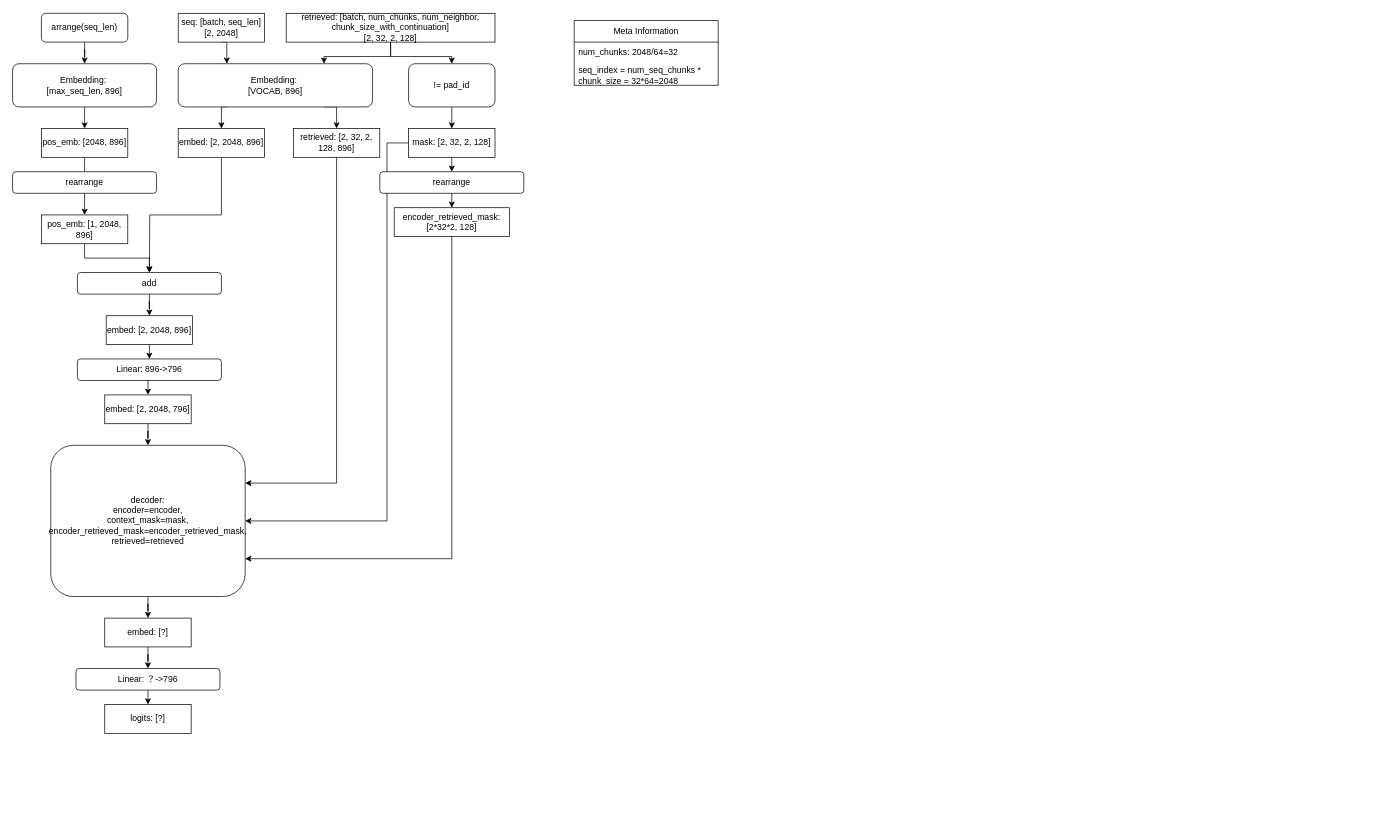
Earlier version of the draw.io diagram study/未命名绘图.drawio (KnowingNothing/ZSZ_Samples). Source tidied: cells renumbered, new cells numbered last; positions are measured from the earlier drawing's top-left corner, leaving out a move shared by most shapes. Both pictures are drawn from the tidied source at 72%, with x=0, y=0 at pixel (12, 13).
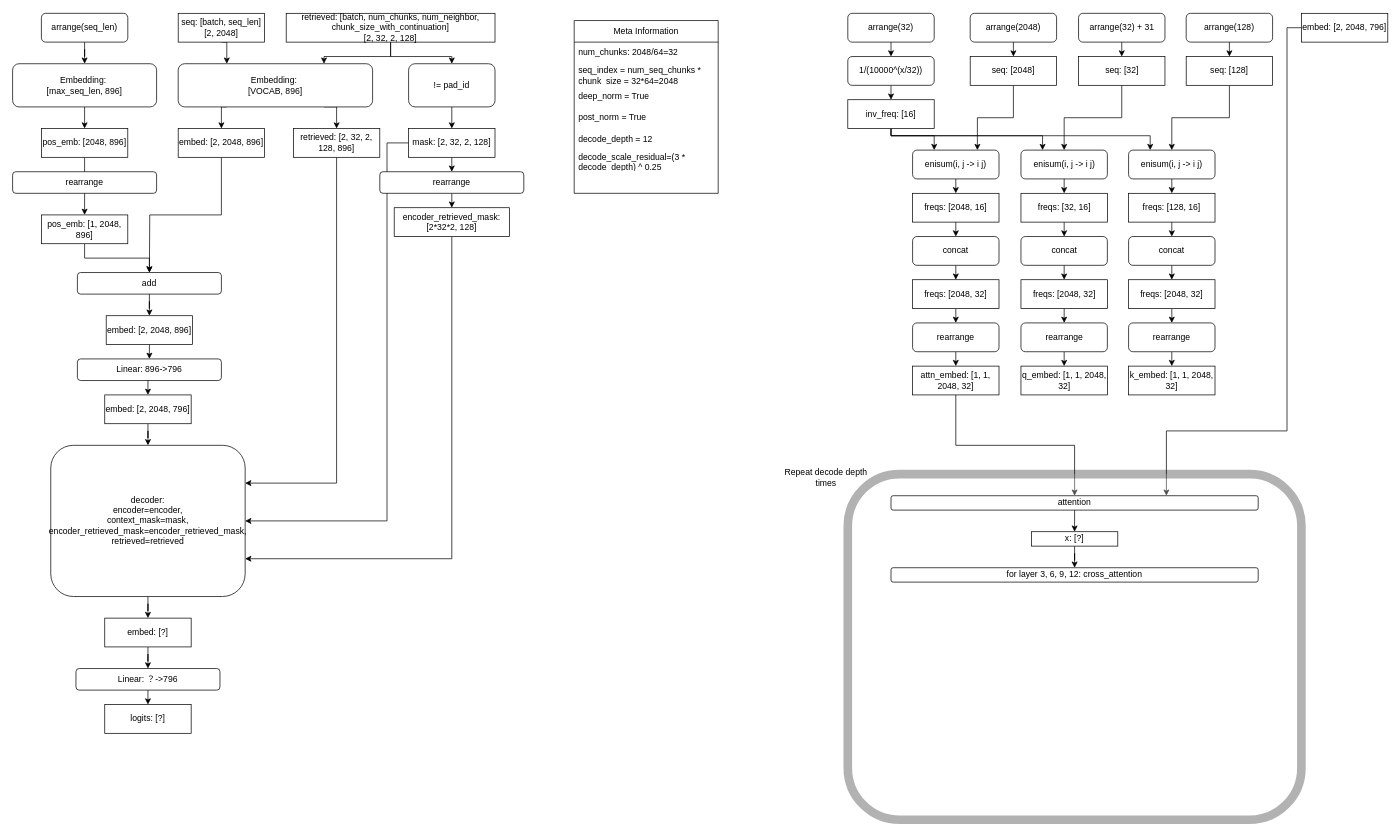
Above is the later version.

Commit message (it also covers changes not shown here):
更新未命名绘图.drawio

Change to the diagram source:
```diff
@@
     <mxCell id="17" value="Meta Information" style="swimlane;fontStyle=0;horizontal=1;startSize=30;whiteSpace=wrap;html=1;" parent="1" vertex="1">
-      <mxGeometry x="780" y="10" width="200" height="90" as="geometry" />
+      <mxGeometry x="780" y="10" width="200" height="240" as="geometry" />
     </mxCell>
@@
+    <mxCell id="50" value="deep_norm = True" style="text;strokeColor=none;fillColor=none;align=left;verticalAlign=middle;spacingLeft=4;spacingRight=4;overflow=hidden;whiteSpace=wrap;html=1;" parent="17" vertex="1">
+      <mxGeometry y="90" width="200" height="30" as="geometry" />
+    </mxCell>
+    <mxCell id="51" value="post_norm = True" style="text;strokeColor=none;fillColor=none;align=left;verticalAlign=middle;spacingLeft=4;spacingRight=4;overflow=hidden;whiteSpace=wrap;html=1;" parent="17" vertex="1">
+      <mxGeometry y="120" width="200" height="30" as="geometry" />
+    </mxCell>
+    <mxCell id="52" value="decode_depth = 12" style="text;strokeColor=none;fillColor=none;align=left;verticalAlign=middle;spacingLeft=4;spacingRight=4;overflow=hidden;whiteSpace=wrap;html=1;" parent="17" vertex="1">
+      <mxGeometry y="150" width="200" height="30" as="geometry" />
+    </mxCell>
+    <mxCell id="53" value="decode_scale_residual=(3 * decode_depth) ^ 0.25" style="text;strokeColor=none;fillColor=none;align=left;verticalAlign=middle;spacingLeft=4;spacingRight=4;overflow=hidden;whiteSpace=wrap;html=1;" parent="17" vertex="1">
+      <mxGeometry y="180" width="200" height="30" as="geometry" />
+    </mxCell>
+    <mxCell id="54" style="text;strokeColor=none;fillColor=none;align=left;verticalAlign=middle;spacingLeft=4;spacingRight=4;overflow=hidden;whiteSpace=wrap;html=1;" parent="17" vertex="1">
+      <mxGeometry y="210" width="200" height="30" as="geometry" />
+    </mxCell>
@@
+    <mxCell id="55" style="edgeStyle=orthogonalEdgeStyle;rounded=0;jettySize=auto;html=1;entryX=0.75;entryY=0;entryDx=0;entryDy=0;" parent="1" edge="1" source="56" target="113">
+      <mxGeometry relative="1" as="geometry">
+        <Array as="points">
+          <mxPoint x="1770" y="20" />
+          <mxPoint x="1770" y="580" />
+          <mxPoint x="1603" y="580" />
+        </Array>
+      </mxGeometry>
+    </mxCell>
+    <mxCell id="56" value="embed: [2, 2048, 796]" style="rounded=0;whiteSpace=wrap;html=1;" parent="1" vertex="1">
+      <mxGeometry x="1790" width="120" height="40" as="geometry" />
+    </mxCell>
+    <mxCell id="57" style="edgeStyle=orthogonalEdgeStyle;rounded=0;jettySize=auto;html=1;exitX=0.5;exitY=1;exitDx=0;exitDy=0;entryX=0.5;entryY=0;entryDx=0;entryDy=0;" parent="1" edge="1" source="58" target="60">
+      <mxGeometry relative="1" as="geometry" />
+    </mxCell>
+    <mxCell id="58" value="arrange(32)" style="rounded=1;whiteSpace=wrap;html=1;" parent="1" vertex="1">
+      <mxGeometry x="1160" width="120" height="40" as="geometry" />
+    </mxCell>
+    <mxCell id="59" style="edgeStyle=orthogonalEdgeStyle;rounded=0;jettySize=auto;html=1;exitX=0.5;exitY=1;exitDx=0;exitDy=0;entryX=0.5;entryY=0;entryDx=0;entryDy=0;" parent="1" edge="1" source="60" target="64">
+      <mxGeometry relative="1" as="geometry" />
+    </mxCell>
+    <mxCell id="60" value="1/(10000^(x/32))" style="rounded=1;whiteSpace=wrap;html=1;" parent="1" vertex="1">
+      <mxGeometry x="1160" y="60" width="120" height="40" as="geometry" />
+    </mxCell>
+    <mxCell id="61" style="edgeStyle=orthogonalEdgeStyle;rounded=0;jettySize=auto;html=1;exitX=0.5;exitY=1;exitDx=0;exitDy=0;entryX=0.25;entryY=0;entryDx=0;entryDy=0;" parent="1" edge="1" source="64" target="70">
+      <mxGeometry relative="1" as="geometry">
+        <Array as="points">
+          <mxPoint x="1220" y="170" />
+          <mxPoint x="1280" y="170" />
+        </Array>
+      </mxGeometry>
+    </mxCell>
+    <mxCell id="62" style="edgeStyle=orthogonalEdgeStyle;rounded=0;jettySize=auto;html=1;exitX=0.5;exitY=1;exitDx=0;exitDy=0;entryX=0.25;entryY=0;entryDx=0;entryDy=0;" parent="1" edge="1" source="64" target="86">
+      <mxGeometry relative="1" as="geometry">
+        <Array as="points">
+          <mxPoint x="1220" y="170" />
+          <mxPoint x="1431" y="170" />
+        </Array>
+      </mxGeometry>
+    </mxCell>
+    <mxCell id="63" style="edgeStyle=orthogonalEdgeStyle;rounded=0;jettySize=auto;html=1;exitX=0.5;exitY=1;exitDx=0;exitDy=0;entryX=0.25;entryY=0;entryDx=0;entryDy=0;" parent="1" edge="1" source="64" target="101">
+      <mxGeometry relative="1" as="geometry">
+        <Array as="points">
+          <mxPoint x="1220" y="170" />
+          <mxPoint x="1580" y="170" />
+        </Array>
+      </mxGeometry>
+    </mxCell>
+    <mxCell id="64" value="inv_freq: [16]" style="rounded=0;whiteSpace=wrap;html=1;" parent="1" vertex="1">
+      <mxGeometry x="1160" y="120" width="120" height="40" as="geometry" />
+    </mxCell>
+    <mxCell id="65" style="edgeStyle=orthogonalEdgeStyle;rounded=0;jettySize=auto;html=1;exitX=0.5;exitY=1;exitDx=0;exitDy=0;entryX=0.5;entryY=0;entryDx=0;entryDy=0;" parent="1" edge="1" source="66" target="68">
+      <mxGeometry relative="1" as="geometry" />
+    </mxCell>
+    <mxCell id="66" value="arrange(2048)" style="rounded=1;whiteSpace=wrap;html=1;" parent="1" vertex="1">
+      <mxGeometry x="1330" width="120" height="40" as="geometry" />
+    </mxCell>
+    <mxCell id="67" style="edgeStyle=orthogonalEdgeStyle;rounded=0;jettySize=auto;html=1;exitX=0.5;exitY=1;exitDx=0;exitDy=0;entryX=0.75;entryY=0;entryDx=0;entryDy=0;" parent="1" edge="1" source="68" target="70">
+      <mxGeometry relative="1" as="geometry" />
+    </mxCell>
+    <mxCell id="68" value="seq: [2048]" style="rounded=0;whiteSpace=wrap;html=1;" parent="1" vertex="1">
+      <mxGeometry x="1330" y="60" width="120" height="40" as="geometry" />
+    </mxCell>
+    <mxCell id="69" style="edgeStyle=orthogonalEdgeStyle;rounded=0;jettySize=auto;html=1;exitX=0.5;exitY=1;exitDx=0;exitDy=0;entryX=0.5;entryY=0;entryDx=0;entryDy=0;" parent="1" edge="1" source="70" target="72">
+      <mxGeometry relative="1" as="geometry" />
+    </mxCell>
+    <mxCell id="70" value="enisum(i, j -&amp;gt; i j)" style="rounded=1;whiteSpace=wrap;html=1;" parent="1" vertex="1">
+      <mxGeometry x="1250" y="190" width="120" height="40" as="geometry" />
+    </mxCell>
+    <mxCell id="71" style="edgeStyle=orthogonalEdgeStyle;rounded=0;jettySize=auto;html=1;exitX=0.5;exitY=1;exitDx=0;exitDy=0;entryX=0.5;entryY=0;entryDx=0;entryDy=0;" parent="1" edge="1" source="72" target="74">
+      <mxGeometry relative="1" as="geometry" />
+    </mxCell>
+    <mxCell id="72" value="freqs: [2048, 16]" style="rounded=0;whiteSpace=wrap;html=1;" parent="1" vertex="1">
+      <mxGeometry x="1250" y="250" width="120" height="40" as="geometry" />
+    </mxCell>
+    <mxCell id="73" style="edgeStyle=orthogonalEdgeStyle;rounded=0;jettySize=auto;html=1;exitX=0.5;exitY=1;exitDx=0;exitDy=0;entryX=0.5;entryY=0;entryDx=0;entryDy=0;" parent="1" edge="1" source="74" target="76">
+      <mxGeometry relative="1" as="geometry" />
+    </mxCell>
+    <mxCell id="74" value="concat" style="rounded=1;whiteSpace=wrap;html=1;" parent="1" vertex="1">
+      <mxGeometry x="1250" y="310" width="120" height="40" as="geometry" />
+    </mxCell>
+    <mxCell id="75" style="edgeStyle=orthogonalEdgeStyle;rounded=0;jettySize=auto;html=1;exitX=0.5;exitY=1;exitDx=0;exitDy=0;entryX=0.5;entryY=0;entryDx=0;entryDy=0;" parent="1" edge="1" source="76" target="78">
+      <mxGeometry relative="1" as="geometry" />
+    </mxCell>
+    <mxCell id="76" value="freqs: [2048, 32]" style="rounded=0;whiteSpace=wrap;html=1;" parent="1" vertex="1">
+      <mxGeometry x="1250" y="370" width="120" height="40" as="geometry" />
+    </mxCell>
+    <mxCell id="77" style="edgeStyle=orthogonalEdgeStyle;rounded=0;jettySize=auto;html=1;exitX=0.5;exitY=1;exitDx=0;exitDy=0;entryX=0.5;entryY=0;entryDx=0;entryDy=0;" parent="1" edge="1" source="78" target="80">
+      <mxGeometry relative="1" as="geometry" />
+    </mxCell>
+    <mxCell id="78" value="rearrange" style="rounded=1;whiteSpace=wrap;html=1;" parent="1" vertex="1">
+      <mxGeometry x="1250" y="430" width="120" height="40" as="geometry" />
+    </mxCell>
+    <mxCell id="79" style="edgeStyle=orthogonalEdgeStyle;rounded=0;jettySize=auto;html=1;exitX=0.5;exitY=1;exitDx=0;exitDy=0;" parent="1" edge="1" source="80" target="113">
+      <mxGeometry relative="1" as="geometry" />
+    </mxCell>
+    <mxCell id="80" value="attn_embed: [1, 1, 2048, 32]" style="rounded=0;whiteSpace=wrap;html=1;" parent="1" vertex="1">
+      <mxGeometry x="1250" y="490" width="120" height="40" as="geometry" />
+    </mxCell>
+    <mxCell id="81" style="edgeStyle=orthogonalEdgeStyle;rounded=0;jettySize=auto;html=1;exitX=0.5;exitY=1;exitDx=0;exitDy=0;entryX=0.5;entryY=0;entryDx=0;entryDy=0;" parent="1" edge="1" source="82" target="84">
+      <mxGeometry relative="1" as="geometry" />
+    </mxCell>
+    <mxCell id="82" value="arrange(32) + 31" style="rounded=1;whiteSpace=wrap;html=1;" parent="1" vertex="1">
+      <mxGeometry x="1480.5" width="120" height="40" as="geometry" />
+    </mxCell>
+    <mxCell id="83" style="edgeStyle=orthogonalEdgeStyle;rounded=0;jettySize=auto;html=1;exitX=0.5;exitY=1;exitDx=0;exitDy=0;entryX=0.5;entryY=0;entryDx=0;entryDy=0;" parent="1" edge="1" source="84" target="86">
+      <mxGeometry relative="1" as="geometry" />
+    </mxCell>
+    <mxCell id="84" value="seq: [32]" style="rounded=0;whiteSpace=wrap;html=1;" parent="1" vertex="1">
+      <mxGeometry x="1480.5" y="60" width="120" height="40" as="geometry" />
+    </mxCell>
+    <mxCell id="85" style="edgeStyle=orthogonalEdgeStyle;rounded=0;jettySize=auto;html=1;exitX=0.5;exitY=1;exitDx=0;exitDy=0;entryX=0.5;entryY=0;entryDx=0;entryDy=0;" parent="1" edge="1" source="86" target="88">
+      <mxGeometry relative="1" as="geometry" />
+    </mxCell>
+    <mxCell id="86" value="enisum(i, j -&amp;gt; i j)" style="rounded=1;whiteSpace=wrap;html=1;" parent="1" vertex="1">
+      <mxGeometry x="1400.5" y="190" width="120" height="40" as="geometry" />
+    </mxCell>
+    <mxCell id="87" style="edgeStyle=orthogonalEdgeStyle;rounded=0;jettySize=auto;html=1;exitX=0.5;exitY=1;exitDx=0;exitDy=0;entryX=0.5;entryY=0;entryDx=0;entryDy=0;" parent="1" edge="1" source="88" target="90">
+      <mxGeometry relative="1" as="geometry" />
+    </mxCell>
+    <mxCell id="88" value="freqs: [32, 16]" style="rounded=0;whiteSpace=wrap;html=1;" parent="1" vertex="1">
+      <mxGeometry x="1400.5" y="250" width="120" height="40" as="geometry" />
+    </mxCell>
+    <mxCell id="89" style="edgeStyle=orthogonalEdgeStyle;rounded=0;jettySize=auto;html=1;exitX=0.5;exitY=1;exitDx=0;exitDy=0;entryX=0.5;entryY=0;entryDx=0;entryDy=0;" parent="1" edge="1" source="90" target="92">
+      <mxGeometry relative="1" as="geometry" />
+    </mxCell>
+    <mxCell id="90" value="concat" style="rounded=1;whiteSpace=wrap;html=1;" parent="1" vertex="1">
+      <mxGeometry x="1400.5" y="310" width="120" height="40" as="geometry" />
+    </mxCell>
+    <mxCell id="91" style="edgeStyle=orthogonalEdgeStyle;rounded=0;jettySize=auto;html=1;exitX=0.5;exitY=1;exitDx=0;exitDy=0;entryX=0.5;entryY=0;entryDx=0;entryDy=0;" parent="1" edge="1" source="92" target="94">
+      <mxGeometry relative="1" as="geometry" />
+    </mxCell>
+    <mxCell id="92" value="freqs: [2048, 32]" style="rounded=0;whiteSpace=wrap;html=1;" parent="1" vertex="1">
+      <mxGeometry x="1400.5" y="370" width="120" height="40" as="geometry" />
+    </mxCell>
+    <mxCell id="93" style="edgeStyle=orthogonalEdgeStyle;rounded=0;jettySize=auto;html=1;exitX=0.5;exitY=1;exitDx=0;exitDy=0;entryX=0.5;entryY=0;entryDx=0;entryDy=0;" parent="1" edge="1" source="94" target="95">
+      <mxGeometry relative="1" as="geometry" />
+    </mxCell>
+    <mxCell id="94" value="rearrange" style="rounded=1;whiteSpace=wrap;html=1;" parent="1" vertex="1">
+      <mxGeometry x="1400.5" y="430" width="120" height="40" as="geometry" />
+    </mxCell>
+    <mxCell id="95" value="q_embed: [1, 1, 2048, 32]" style="rounded=0;whiteSpace=wrap;html=1;" parent="1" vertex="1">
+      <mxGeometry x="1400.5" y="490" width="120" height="40" as="geometry" />
+    </mxCell>
+    <mxCell id="96" style="edgeStyle=orthogonalEdgeStyle;rounded=0;jettySize=auto;html=1;exitX=0.5;exitY=1;exitDx=0;exitDy=0;entryX=0.5;entryY=0;entryDx=0;entryDy=0;" parent="1" edge="1" source="97" target="99">
+      <mxGeometry relative="1" as="geometry" />
+    </mxCell>
+    <mxCell id="97" value="arrange(128)" style="rounded=1;whiteSpace=wrap;html=1;" parent="1" vertex="1">
+      <mxGeometry x="1630" width="120" height="40" as="geometry" />
+    </mxCell>
+    <mxCell id="98" style="edgeStyle=orthogonalEdgeStyle;rounded=0;jettySize=auto;html=1;exitX=0.5;exitY=1;exitDx=0;exitDy=0;" parent="1" edge="1" source="99" target="101">
+      <mxGeometry relative="1" as="geometry" />
+    </mxCell>
+    <mxCell id="99" value="seq: [128]" style="rounded=0;whiteSpace=wrap;html=1;" parent="1" vertex="1">
+      <mxGeometry x="1630" y="60" width="120" height="40" as="geometry" />
+    </mxCell>
+    <mxCell id="100" style="edgeStyle=orthogonalEdgeStyle;rounded=0;jettySize=auto;html=1;exitX=0.5;exitY=1;exitDx=0;exitDy=0;entryX=0.5;entryY=0;entryDx=0;entryDy=0;" parent="1" edge="1" source="101" target="103">
+      <mxGeometry relative="1" as="geometry" />
+    </mxCell>
+    <mxCell id="101" value="enisum(i, j -&amp;gt; i j)" style="rounded=1;whiteSpace=wrap;html=1;" parent="1" vertex="1">
+      <mxGeometry x="1550" y="190" width="120" height="40" as="geometry" />
+    </mxCell>
+    <mxCell id="102" style="edgeStyle=orthogonalEdgeStyle;rounded=0;jettySize=auto;html=1;exitX=0.5;exitY=1;exitDx=0;exitDy=0;entryX=0.5;entryY=0;entryDx=0;entryDy=0;" parent="1" edge="1" source="103" target="105">
+      <mxGeometry relative="1" as="geometry" />
+    </mxCell>
+    <mxCell id="103" value="freqs: [128, 16]" style="rounded=0;whiteSpace=wrap;html=1;" parent="1" vertex="1">
+      <mxGeometry x="1550" y="250" width="120" height="40" as="geometry" />
+    </mxCell>
+    <mxCell id="104" style="edgeStyle=orthogonalEdgeStyle;rounded=0;jettySize=auto;html=1;exitX=0.5;exitY=1;exitDx=0;exitDy=0;entryX=0.5;entryY=0;entryDx=0;entryDy=0;" parent="1" edge="1" source="105" target="107">
+      <mxGeometry relative="1" as="geometry" />
+    </mxCell>
+    <mxCell id="105" value="concat" style="rounded=1;whiteSpace=wrap;html=1;" parent="1" vertex="1">
+      <mxGeometry x="1550" y="310" width="120" height="40" as="geometry" />
+    </mxCell>
+    <mxCell id="106" style="edgeStyle=orthogonalEdgeStyle;rounded=0;jettySize=auto;html=1;exitX=0.5;exitY=1;exitDx=0;exitDy=0;entryX=0.5;entryY=0;entryDx=0;entryDy=0;" parent="1" edge="1" source="107" target="109">
+      <mxGeometry relative="1" as="geometry" />
+    </mxCell>
+    <mxCell id="107" value="freqs: [2048, 32]" style="rounded=0;whiteSpace=wrap;html=1;" parent="1" vertex="1">
+      <mxGeometry x="1550" y="370" width="120" height="40" as="geometry" />
+    </mxCell>
+    <mxCell id="108" style="edgeStyle=orthogonalEdgeStyle;rounded=0;jettySize=auto;html=1;exitX=0.5;exitY=1;exitDx=0;exitDy=0;entryX=0.5;entryY=0;entryDx=0;entryDy=0;" parent="1" edge="1" source="109" target="110">
+      <mxGeometry relative="1" as="geometry" />
+    </mxCell>
+    <mxCell id="109" value="rearrange" style="rounded=1;whiteSpace=wrap;html=1;" parent="1" vertex="1">
+      <mxGeometry x="1550" y="430" width="120" height="40" as="geometry" />
+    </mxCell>
+    <mxCell id="110" value="k_embed: [1, 1, 2048, 32]" style="rounded=0;whiteSpace=wrap;html=1;" parent="1" vertex="1">
+      <mxGeometry x="1550" y="490" width="120" height="40" as="geometry" />
+    </mxCell>
+    <mxCell id="111" style="rounded=1;whiteSpace=wrap;html=1;opacity=30;strokeColor=#000000;strokeWidth=12;" parent="1" vertex="1">
+      <mxGeometry x="1160" y="640" width="630" height="480" as="geometry" />
+    </mxCell>
+    <mxCell id="112" style="edgeStyle=orthogonalEdgeStyle;rounded=0;jettySize=auto;html=1;exitX=0.5;exitY=1;exitDx=0;exitDy=0;entryX=0.5;entryY=0;entryDx=0;entryDy=0;" parent="1" edge="1" source="113" target="116">
+      <mxGeometry relative="1" as="geometry" />
+    </mxCell>
+    <mxCell id="113" value="attention" style="rounded=1;whiteSpace=wrap;html=1;" parent="1" vertex="1">
+      <mxGeometry x="1220" y="670" width="510" height="20" as="geometry" />
+    </mxCell>
+    <mxCell id="114" value="Repeat decode depth times" style="text;html=1;strokeColor=none;fillColor=none;align=center;verticalAlign=middle;whiteSpace=wrap;rounded=0;" parent="1" vertex="1">
+      <mxGeometry x="1060" y="630" width="140" height="30" as="geometry" />
+    </mxCell>
+    <mxCell id="115" style="edgeStyle=orthogonalEdgeStyle;rounded=0;jettySize=auto;html=1;exitX=0.5;exitY=1;exitDx=0;exitDy=0;" parent="1" edge="1" source="116" target="117">
+      <mxGeometry relative="1" as="geometry" />
+    </mxCell>
+    <mxCell id="116" value="x: [?]" style="rounded=0;whiteSpace=wrap;html=1;" parent="1" vertex="1">
+      <mxGeometry x="1415" y="720" width="120" height="20" as="geometry" />
+    </mxCell>
+    <mxCell id="117" value="for layer 3, 6, 9, 12: cross_attention" style="rounded=1;whiteSpace=wrap;html=1;" parent="1" vertex="1">
+      <mxGeometry x="1220" y="770" width="510" height="20" as="geometry" />
+    </mxCell>
```
